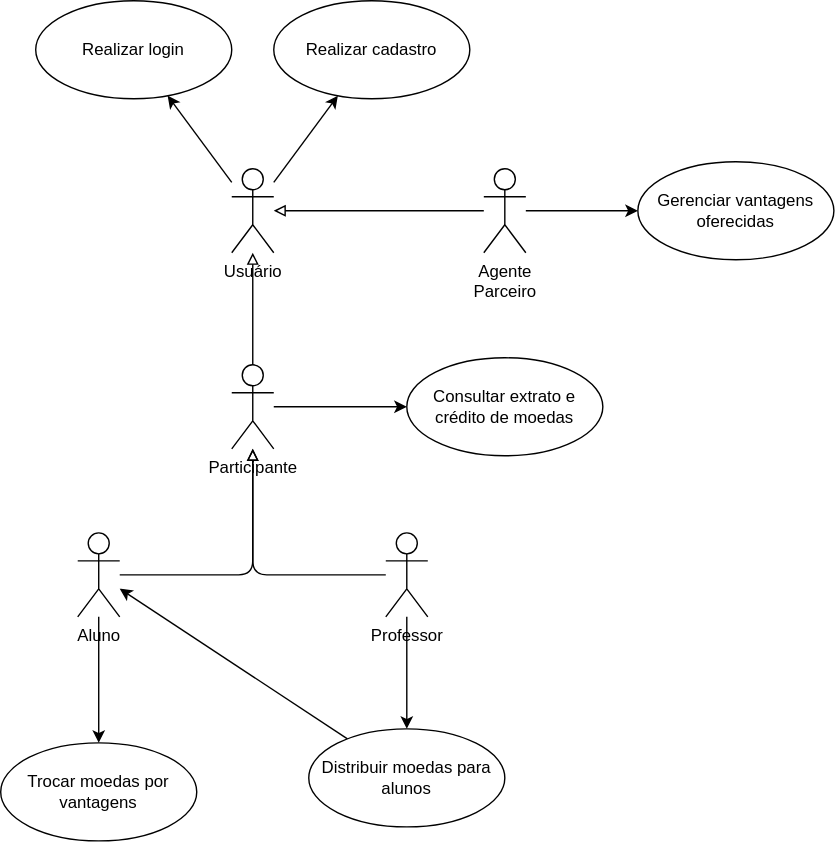
Earlier version of the draw.io export projeto/DiagramaDeCasosDeUso.drawio.svg (marcosffp/Sistema-Merito-Digital). Source tidied: cells renumbered, new cells last; positions are measured from the earlier drawing's top-left corner, leaving out a move shared by most shapes.
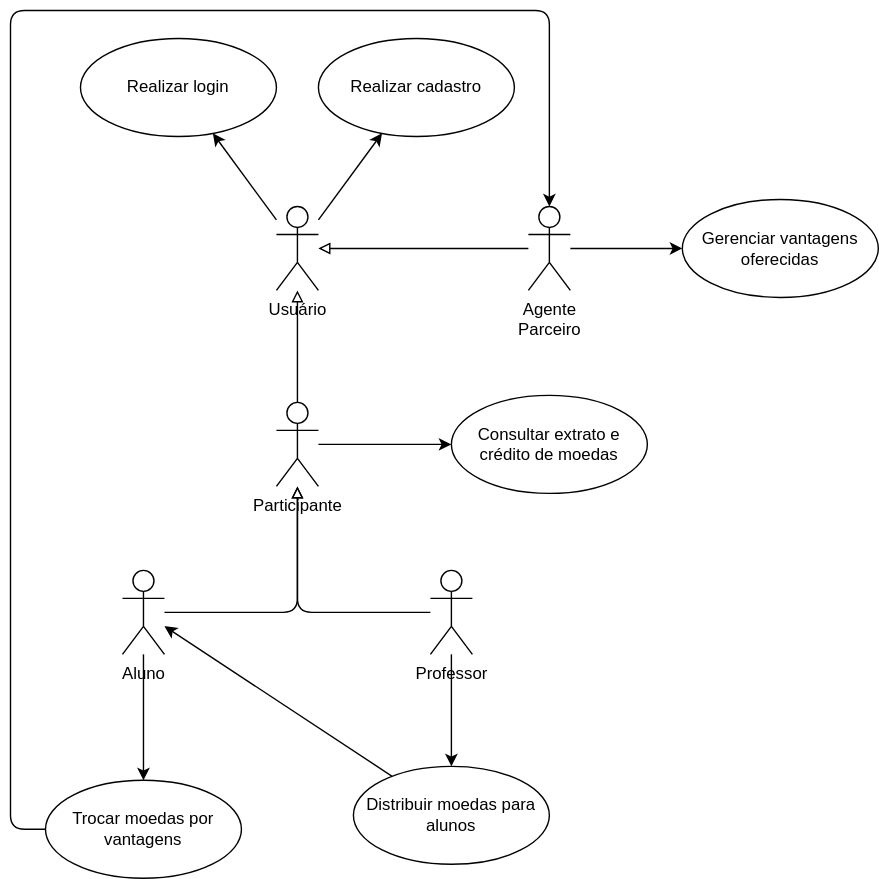
Later version of the same file.

What changed in the source:
```diff
@@ -71,6 +71,15 @@
         </Array>
       </mxGeometry>
     </mxCell>
+    <mxCell id="24" style="edgeStyle=none;html=1;" parent="1" edge="1" source="21" target="9">
+      <mxGeometry relative="1" as="geometry">
+        <Array as="points">
+          <mxPoint x="-25" y="565" />
+          <mxPoint x="-25" y="-20" />
+          <mxPoint x="360" y="-20" />
+        </Array>
+      </mxGeometry>
+    </mxCell>
     <mxCell id="21" value="Trocar moedas por vantagens" style="ellipse;whiteSpace=wrap;html=1;" parent="1" vertex="1">
       <mxGeometry y="530" width="140" height="70" as="geometry" />
     </mxCell>
```
